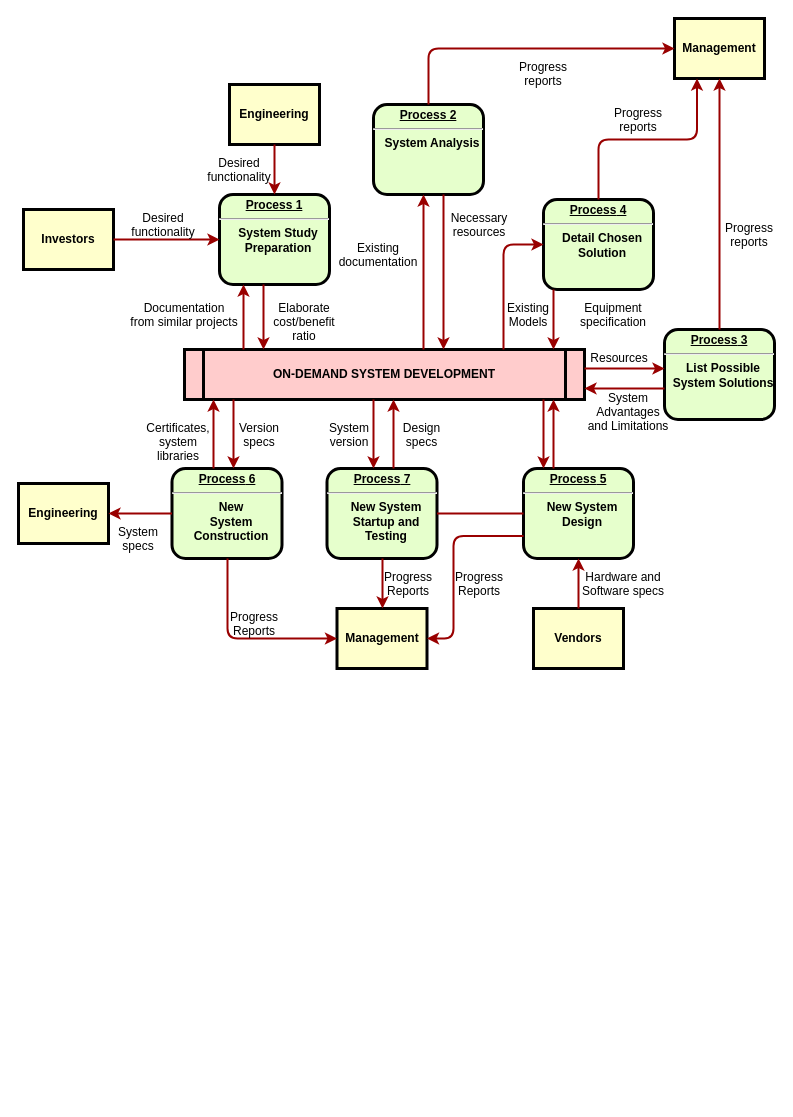
licongchao/Customized-Charts keeps this draw.io diagram as data-flow.drawio. Above is the earlier version. Source tidied: cells renumbered, new cells numbered last; positions are measured from the earlier drawing's top-left corner, leaving out a move shared by most shapes. Both pictures are drawn from the tidied source at 100%, with x=0, y=0 at pixel (18, 18).
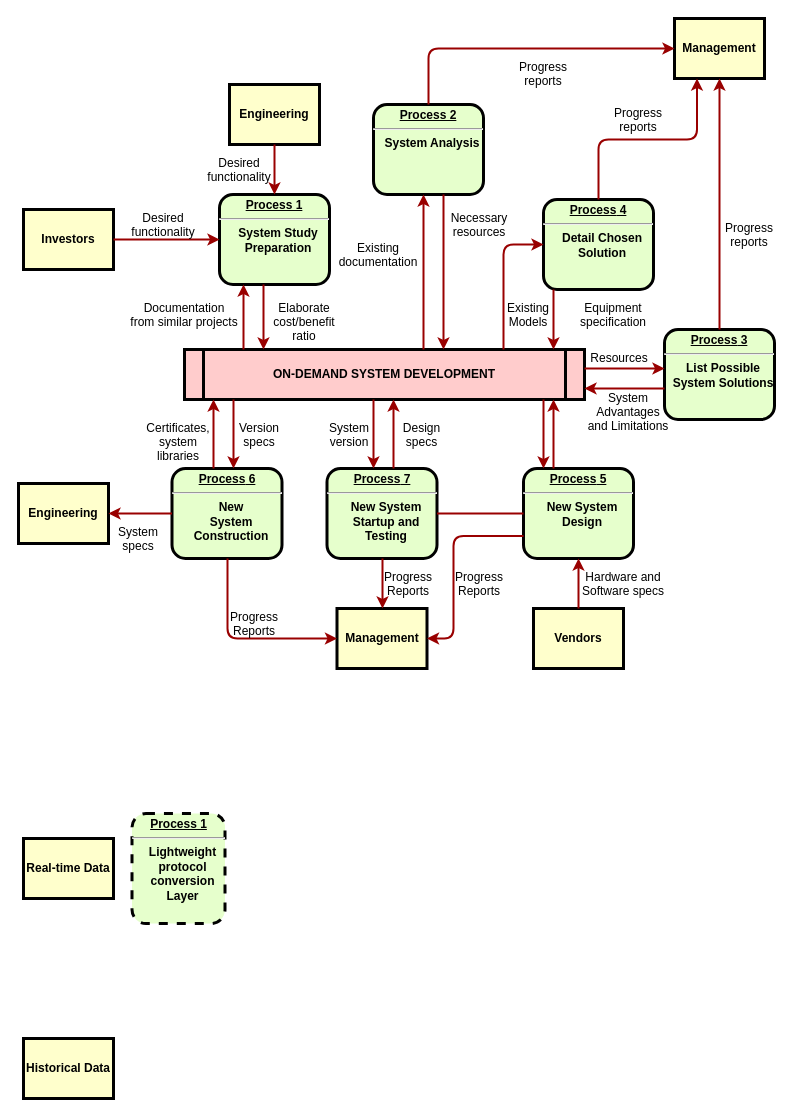
Above is the later version.

Change to the diagram source:
```diff
@@
+    <mxCell id="63" value="Real-time Data" style="whiteSpace=wrap;align=center;verticalAlign=middle;fontStyle=1;strokeWidth=3;fillColor=#FFFFCC;" parent="1" vertex="1">
+      <mxGeometry x="5" y="820" width="90" height="60" as="geometry" />
+    </mxCell>
+    <mxCell id="64" value="Historical Data" style="whiteSpace=wrap;align=center;verticalAlign=middle;fontStyle=1;strokeWidth=3;fillColor=#FFFFCC;" parent="1" vertex="1">
+      <mxGeometry x="5" y="1020" width="90" height="60" as="geometry" />
+    </mxCell>
+    <mxCell id="65" value="&lt;p style=&quot;margin: 0px ; margin-top: 4px ; text-align: center ; text-decoration: underline&quot;&gt;&lt;strong&gt;Process 1&lt;br&gt;&lt;/strong&gt;&lt;/p&gt;&lt;hr&gt;&lt;p style=&quot;margin: 0px ; margin-left: 8px&quot;&gt;Lightweight&lt;/p&gt;&lt;p style=&quot;margin: 0px ; margin-left: 8px&quot;&gt;protocol&lt;/p&gt;&lt;p style=&quot;margin: 0px ; margin-left: 8px&quot;&gt;conversion&lt;/p&gt;&lt;p style=&quot;margin: 0px ; margin-left: 8px&quot;&gt;Layer&lt;/p&gt;&lt;p style=&quot;margin: 0px ; margin-left: 8px&quot;&gt;&lt;br&gt;&lt;/p&gt;" style="verticalAlign=middle;align=center;overflow=fill;fontSize=12;fontFamily=Helvetica;html=1;rounded=1;fontStyle=1;strokeWidth=3;fillColor=#E6FFCC;dashed=1;" parent="1" vertex="1">
+      <mxGeometry x="113.5" y="795" width="93" height="110" as="geometry" />
+    </mxCell>
```
